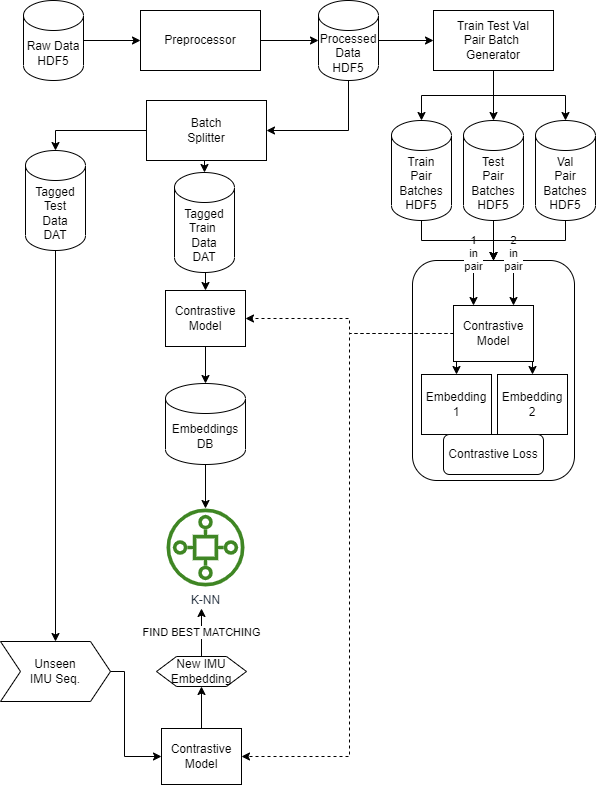
Above: documents/archi_1/sample_architecture_1.drawio.png in FYPUoM18/fyp-retrival-based-localization (draw.io), before the change. Source tidied: cells renumbered, new cells last; positions are measured from the earlier drawing's top-left corner, leaving out a move shared by most shapes.
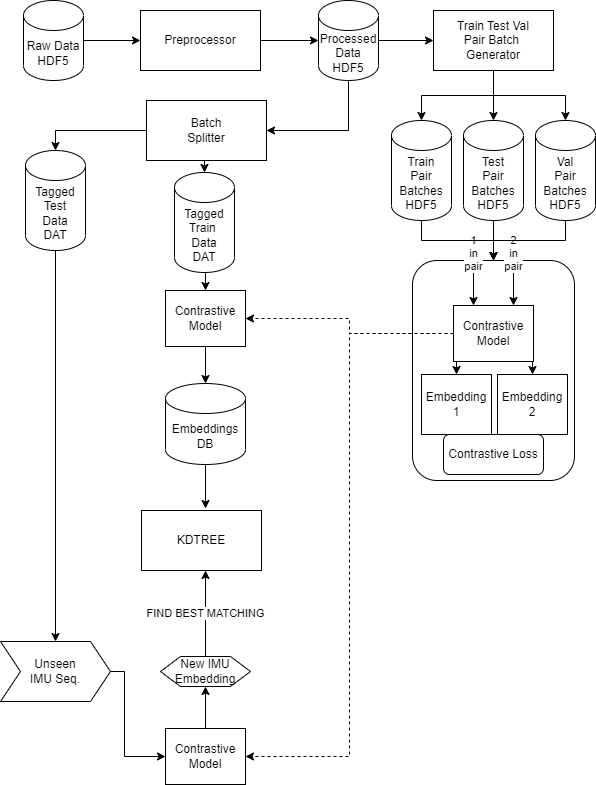
Later version of the same file.

Commit message:
Updated Architecture Diagram

What changed in the source:
```diff
@@ -109,15 +109,14 @@
     <mxCell id="30" value="Contrastive&lt;br&gt;Model" style="rounded=0;whiteSpace=wrap;html=1;" parent="1" vertex="1">
       <mxGeometry x="165" y="290" width="80" height="56" as="geometry" />
     </mxCell>
-    <mxCell id="31" style="edgeStyle=orthogonalEdgeStyle;rounded=0;jettySize=auto;html=1;" parent="1" edge="1" source="32" target="33">
-      <mxGeometry relative="1" as="geometry" />
+    <mxCell id="31" style="edgeStyle=orthogonalEdgeStyle;rounded=0;jettySize=auto;html=1;" parent="1" edge="1" source="32">
+      <mxGeometry relative="1" as="geometry">
+        <mxPoint x="205" y="508" as="targetPoint" />
+      </mxGeometry>
     </mxCell>
     <mxCell id="32" value="Embeddings&lt;br&gt;DB" style="shape=cylinder3;whiteSpace=wrap;html=1;boundedLbl=1;backgroundOutline=1;size=15;" parent="1" vertex="1">
       <mxGeometry x="165" y="383" width="80" height="81" as="geometry" />
     </mxCell>
-    <mxCell id="33" value="K-NN" style="sketch=0;outlineConnect=0;fontColor=#232F3E;gradientColor=none;fillColor=#3F8624;strokeColor=none;dashed=0;verticalLabelPosition=bottom;verticalAlign=top;align=center;html=1;fontSize=12;fontStyle=0;shape=mxgraph.aws4.iot_sitewise_asset_model;direction=south;" parent="1" vertex="1">
-      <mxGeometry x="166" y="508" width="78" height="78" as="geometry" />
-    </mxCell>
     <mxCell id="34" style="edgeStyle=orthogonalEdgeStyle;rounded=0;jettySize=auto;html=1;exitX=0.5;exitY=1;exitDx=0;exitDy=0;exitPerimeter=0;" parent="1" edge="1" source="36">
       <mxGeometry relative="1" as="geometry">
         <mxPoint x="493" y="210" as="targetPoint" />
@@ -133,15 +132,15 @@
       <mxGeometry relative="1" as="geometry" />
     </mxCell>
     <mxCell id="38" value="Contrastive&lt;br&gt;Model" style="rounded=0;whiteSpace=wrap;html=1;" parent="1" vertex="1">
-      <mxGeometry x="161" y="728" width="80" height="56" as="geometry" />
+      <mxGeometry x="165" y="728" width="80" height="56" as="geometry" />
     </mxCell>
-    <mxCell id="39" value="FIND BEST MATCHING" style="edgeStyle=orthogonalEdgeStyle;rounded=0;jettySize=auto;html=1;exitX=0.5;exitY=0;exitDx=0;exitDy=0;" parent="1" edge="1" source="40">
+    <mxCell id="39" value="FIND BEST MATCHING" style="edgeStyle=orthogonalEdgeStyle;rounded=0;jettySize=auto;html=1;exitX=0.5;exitY=0;exitDx=0;exitDy=0;entryX=0.5;entryY=1;entryDx=0;entryDy=0;" parent="1" edge="1" source="40">
       <mxGeometry relative="1" as="geometry">
-        <mxPoint x="201" y="608" as="targetPoint" />
+        <mxPoint x="205" y="570" as="targetPoint" />
       </mxGeometry>
     </mxCell>
     <mxCell id="40" value="New IMU&lt;br&gt;Embedding" style="shape=hexagon;perimeter=hexagonPerimeter2;whiteSpace=wrap;html=1;fixedSize=1;" parent="1" vertex="1">
-      <mxGeometry x="156" y="656" width="90" height="30" as="geometry" />
+      <mxGeometry x="160" y="656" width="90" height="30" as="geometry" />
     </mxCell>
     <mxCell id="41" style="edgeStyle=orthogonalEdgeStyle;rounded=0;jettySize=auto;html=1;exitX=0.5;exitY=1;exitDx=0;exitDy=0;entryX=0.5;entryY=0;entryDx=0;entryDy=0;entryPerimeter=0;" parent="1" edge="1" source="43" target="45">
       <mxGeometry relative="1" as="geometry" />
@@ -167,5 +166,8 @@
     <mxCell id="48" value="Unseen&lt;br&gt;IMU Seq." style="shape=step;perimeter=stepPerimeter;whiteSpace=wrap;html=1;fixedSize=1;" parent="1" vertex="1">
       <mxGeometry y="641" width="110" height="60" as="geometry" />
     </mxCell>
+    <mxCell id="49" value="KDTREE" style="rounded=0;whiteSpace=wrap;html=1;" parent="1" vertex="1">
+      <mxGeometry x="141" y="510" width="120" height="60" as="geometry" />
+    </mxCell>
   </root>
 </mxGraphModel>
```
